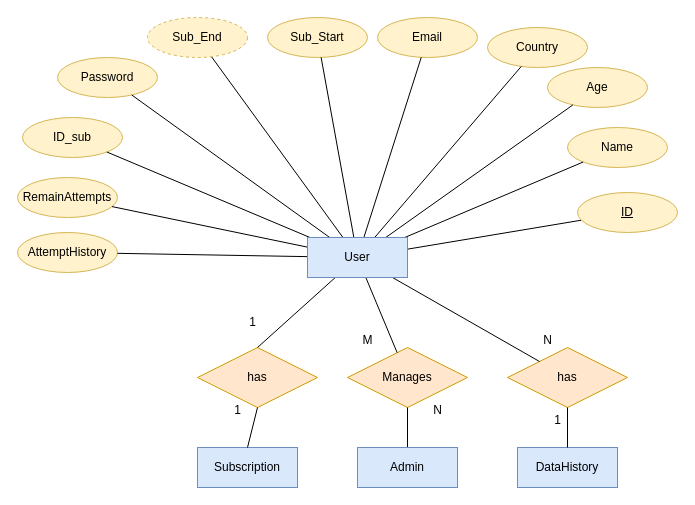
Earlier version of the draw.io diagram page "Page-2" (2 of 5) of Tasks/Mohammed/FINAL ERD_lastEdit.drawio (romanyn36/Catch-The-AI). Source tidied: cells renumbered, new cells numbered last; positions are measured from the earlier drawing's top-left corner, leaving out a move shared by most shapes. Both pictures are drawn from the tidied source at 100%, with x=0, y=0 at pixel (17, 17).
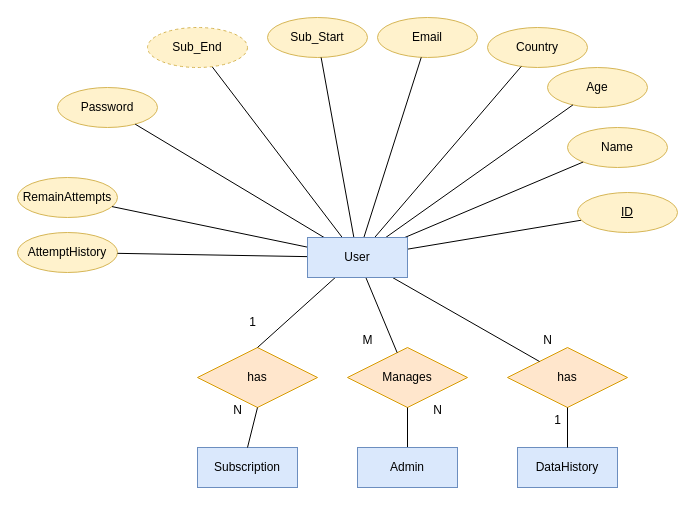
The same diagram, later.

The change refers to these unchanged cells:
```xml
<mxCell id="36" value="User" style="whiteSpace=wrap;html=1;align=center;fillColor=#dae8fc;strokeColor=#6c8ebf;strokeOpacity=100;fillOpacity=100;shadow=0;" parent="1" vertex="1">
  <mxGeometry x="290" y="220" width="100" height="40" as="geometry" />
</mxCell>
```

Change to the diagram source:
```diff
@@
     <mxCell id="6" value="Password" style="ellipse;whiteSpace=wrap;html=1;align=center;fillColor=#fff2cc;strokeColor=#d6b656;shadow=0;" parent="1" vertex="1">
-      <mxGeometry x="40" y="40" width="100" height="40" as="geometry" />
+      <mxGeometry x="40" y="70" width="100" height="40" as="geometry" />
     </mxCell>
@@
-    <mxCell id="8" value="ID_sub" style="ellipse;whiteSpace=wrap;html=1;align=center;fillColor=#fff2cc;strokeColor=#d6b656;shadow=0;" parent="1" vertex="1">
-      <mxGeometry x="5" y="100" width="100" height="40" as="geometry" />
-    </mxCell>
@@
-    <mxCell id="10" style="endArrow=none;html=1;rounded=0;shadow=0;" parent="1" edge="1" source="8" target="36">
-      <mxGeometry relative="1" as="geometry" />
-    </mxCell>
@@
     <mxCell id="23" value="Sub_End" style="ellipse;whiteSpace=wrap;html=1;align=center;dashed=1;fillColor=#fff2cc;strokeColor=#d6b656;shadow=0;" parent="1" vertex="1">
-      <mxGeometry x="130" width="100" height="40" as="geometry" />
+      <mxGeometry x="130" y="10" width="100" height="40" as="geometry" />
     </mxCell>
@@
-    <mxCell id="41" value="1" style="text;html=1;align=center;verticalAlign=middle;strokeColor=none;fillColor=none;" parent="1" vertex="1">
+    <mxCell id="41" value="N" style="text;html=1;align=center;verticalAlign=middle;strokeColor=none;fillColor=none;" parent="1" vertex="1">
       <mxGeometry x="205" y="378" width="30" height="30" as="geometry" />
     </mxCell>
```
